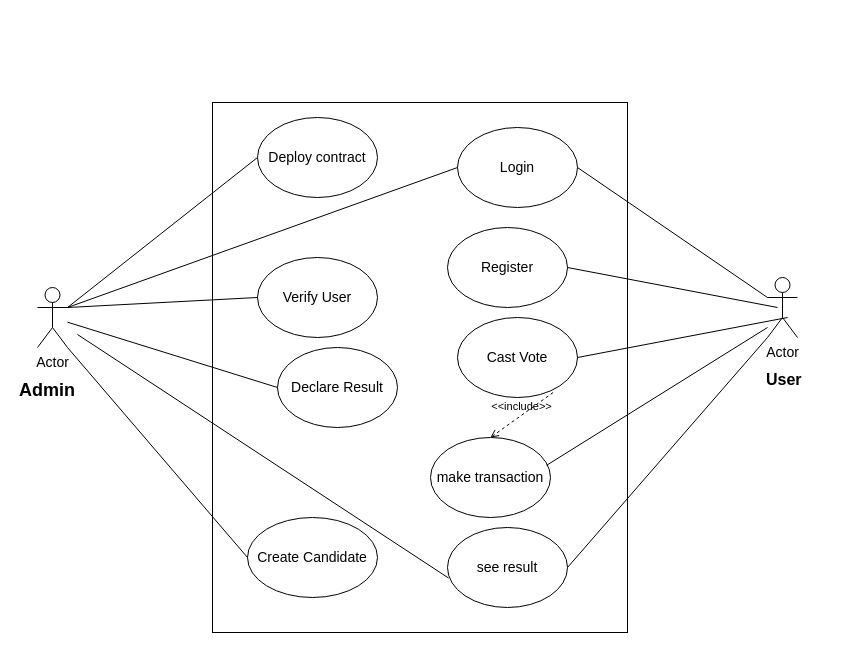
Before: UseCase.drawio in matic14/BLockVote-UML-Diagram, a draw.io diagram. Source tidied: cells renumbered, new cells numbered last; positions are measured from the earlier drawing's top-left corner, leaving out a move shared by most shapes. Both pictures are drawn from the tidied source at 100%, with x=0, y=0 at pixel (17, 102).
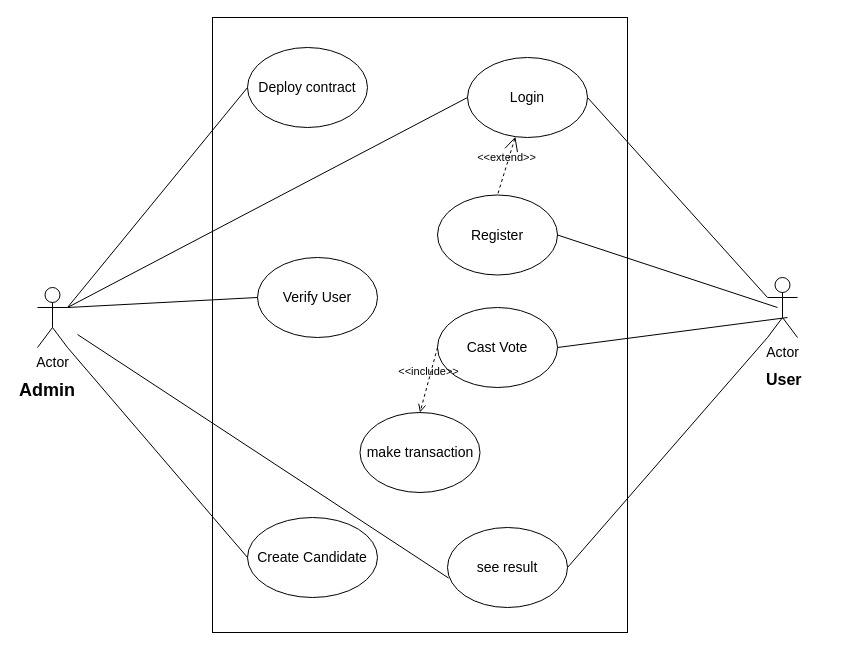
The same diagram, later.

Unchanged cells that the change refers to:
```xml
<mxCell id="3" value="Actor" style="shape=umlActor;verticalLabelPosition=bottom;labelBackgroundColor=#ffffff;verticalAlign=top;html=1;outlineConnect=0;fontSize=14;fontStyle=0;" parent="1" vertex="1">
  <mxGeometry x="20" y="185" width="30" height="60" as="geometry" />
</mxCell>
```

The edit, as a diff of the source:
```diff
@@
     <mxCell id="2" style="rounded=0;whiteSpace=wrap;html=1;fontSize=14;fontStyle=0;" parent="1" vertex="1">
-      <mxGeometry x="195" width="415" height="530" as="geometry" />
+      <mxGeometry x="195" y="-85" width="415" height="615" as="geometry" />
     </mxCell>
@@
     <mxCell id="5" value="Deploy contract" style="ellipse;whiteSpace=wrap;html=1;fontSize=14;fontStyle=0;" parent="1" vertex="1">
-      <mxGeometry x="240" y="15" width="120" height="80" as="geometry" />
+      <mxGeometry x="230" y="-55" width="120" height="80" as="geometry" />
     </mxCell>
@@
-    <mxCell id="7" value="Declare Result" style="ellipse;whiteSpace=wrap;html=1;fontSize=14;" parent="1" vertex="1">
-      <mxGeometry x="260" y="245" width="120" height="80" as="geometry" />
-    </mxCell>
@@
     <mxCell id="9" value="Login" style="ellipse;whiteSpace=wrap;html=1;fontSize=14;" parent="1" vertex="1">
-      <mxGeometry x="440" y="25" width="120" height="80" as="geometry" />
+      <mxGeometry x="450" y="-45" width="120" height="80" as="geometry" />
     </mxCell>
     <mxCell id="10" value="Register" style="ellipse;whiteSpace=wrap;html=1;fontSize=14;" parent="1" vertex="1">
-      <mxGeometry x="430" y="125" width="120" height="80" as="geometry" />
+      <mxGeometry x="420" y="92.5" width="120" height="80" as="geometry" />
     </mxCell>
     <mxCell id="11" value="Cast Vote" style="ellipse;whiteSpace=wrap;html=1;fontSize=14;" parent="1" vertex="1">
-      <mxGeometry x="440" y="215" width="120" height="80" as="geometry" />
+      <mxGeometry x="420" y="205" width="120" height="80" as="geometry" />
     </mxCell>
@@
-    <mxCell id="17" style="endArrow=none;html=1;fontSize=16;entryX=0;entryY=0.5;entryDx=0;entryDy=0;" parent="1" edge="1" source="3" target="7">
-      <mxGeometry relative="1" as="geometry" />
-    </mxCell>
@@
     <mxCell id="25" value="&lt;font style=&quot;font-size: 14px&quot;&gt;make transaction&lt;/font&gt;" style="ellipse;whiteSpace=wrap;html=1;" parent="1" vertex="1">
-      <mxGeometry x="413" y="335" width="120" height="80" as="geometry" />
+      <mxGeometry x="342.5" y="310" width="120" height="80" as="geometry" />
     </mxCell>
-    <mxCell id="26" value="&amp;lt;&amp;lt;include&amp;gt;&amp;gt;" style="edgeStyle=none;html=1;endArrow=open;verticalAlign=bottom;dashed=1;labelBackgroundColor=none;entryX=0.5;entryY=0;entryDx=0;entryDy=0;exitX=0.797;exitY=0.938;exitDx=0;exitDy=0;exitPerimeter=0;" parent="1" edge="1" source="11" target="25">
+    <mxCell id="26" value="&amp;lt;&amp;lt;include&amp;gt;&amp;gt;" style="edgeStyle=none;html=1;endArrow=open;verticalAlign=bottom;dashed=1;labelBackgroundColor=none;entryX=0.5;entryY=0;entryDx=0;entryDy=0;exitX=0;exitY=0.5;exitDx=0;exitDy=0;" parent="1" edge="1" source="11" target="25">
       <mxGeometry relative="1" as="geometry" />
     </mxCell>
-    <mxCell id="27" style="endArrow=none;html=1;fontSize=16;exitX=0.968;exitY=0.347;exitDx=0;exitDy=0;exitPerimeter=0;" parent="1" edge="1" source="25">
-      <mxGeometry relative="1" as="geometry">
-        <mxPoint x="750" y="225" as="targetPoint" />
-      </mxGeometry>
-    </mxCell>
+    <mxCell id="28" value="&amp;lt;&amp;lt;extend&amp;gt;&amp;gt;" style="edgeStyle=none;html=1;startArrow=open;endArrow=none;startSize=12;verticalAlign=bottom;dashed=1;labelBackgroundColor=none;entryX=0.5;entryY=0;entryDx=0;entryDy=0;" parent="1" edge="1" source="9" target="10">
+      <mxGeometry relative="1" as="geometry" />
+    </mxCell>
```
